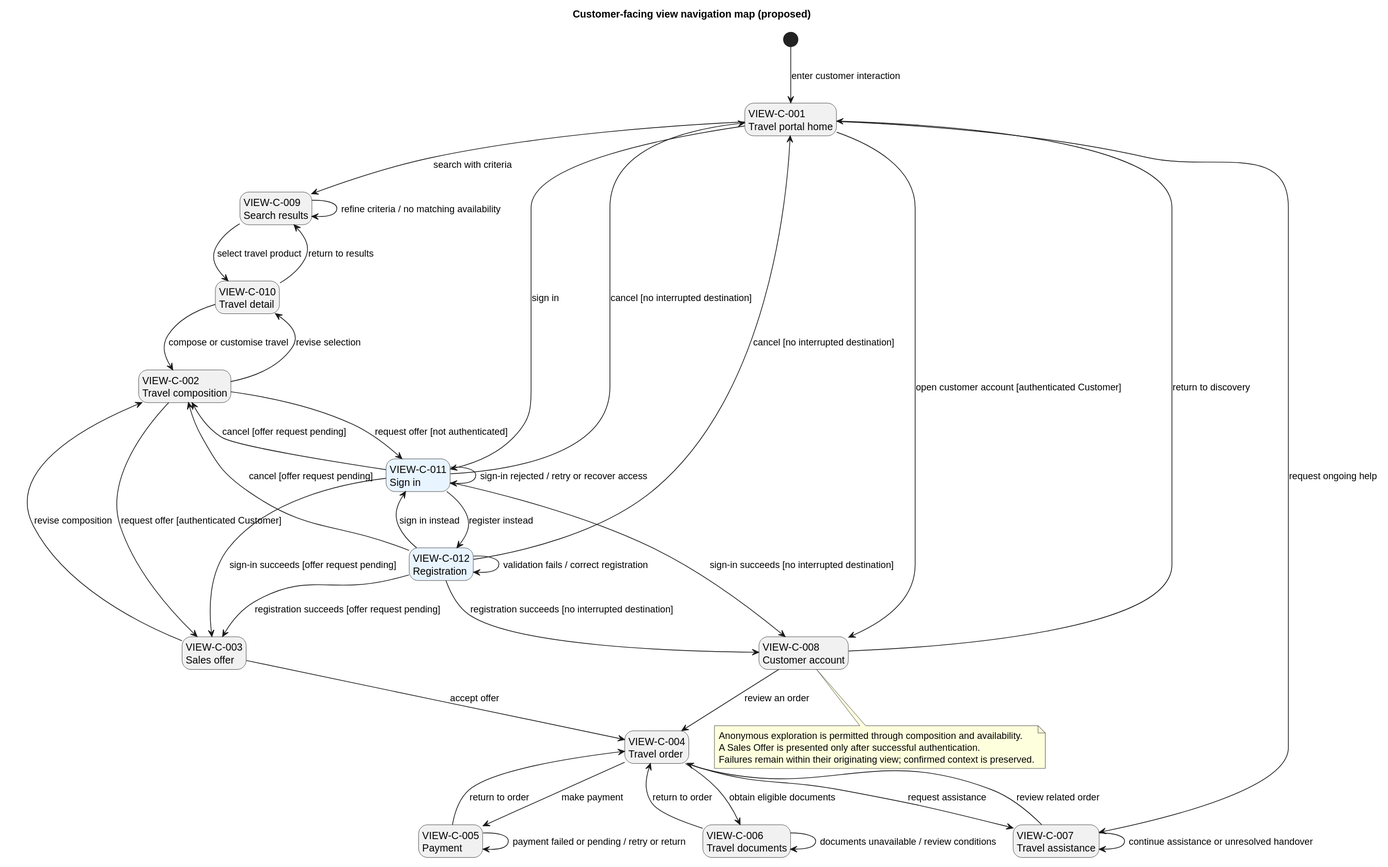
The PlantUML diagram docs/requirements/ux/navigation-maps/customer-navigation.svg in hochschule-darmstadt/a3se_app, before a commit.
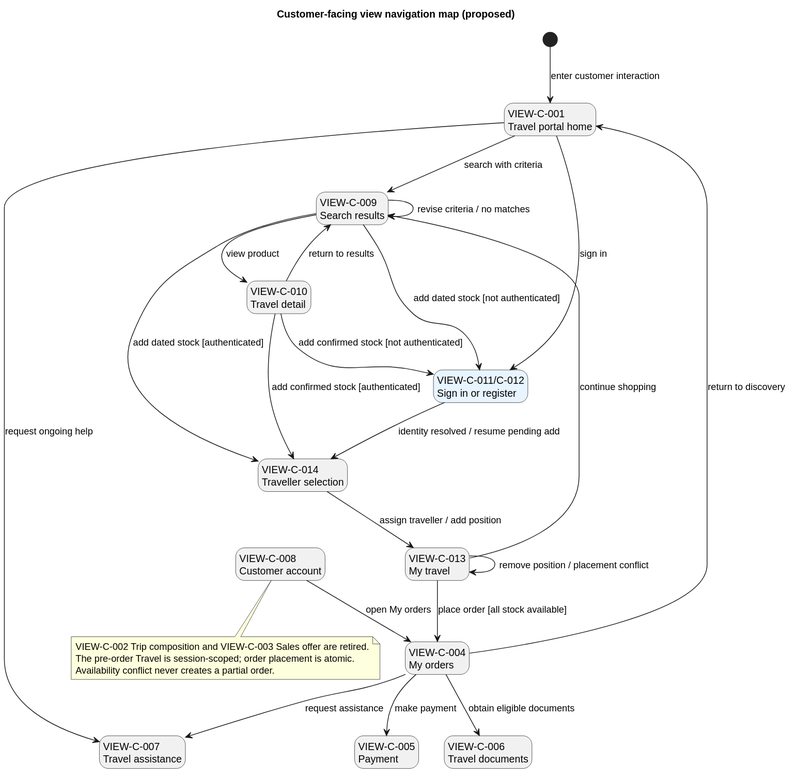
Later version of the same file.

The edit, as a diff of the source:
```diff
@@ -6,11 +6,10 @@
 state "VIEW-C-001\nTravel portal home" as C001
 state "VIEW-C-009\nSearch results" as C009
 state "VIEW-C-010\nTravel detail" as C010
-state "VIEW-C-002\nTravel composition" as C002
-state "VIEW-C-011\nSign in" as C011 #E8F4FF
-state "VIEW-C-012\nRegistration" as C012 #E8F4FF
-state "VIEW-C-003\nSales offer" as C003
-state "VIEW-C-004\nTravel order" as C004
+state "VIEW-C-011/C-012\nSign in or register" as C011 #E8F4FF
+state "VIEW-C-014\nTraveller selection" as C014
+state "VIEW-C-013\nMy travel" as C013
+state "VIEW-C-004\nMy orders" as C004
 state "VIEW-C-005\nPayment" as C005
 state "VIEW-C-006\nTravel documents" as C006
 state "VIEW-C-007\nTravel assistance" as C007
@@ -18,45 +17,29 @@
 
 [*] --> C001 : enter customer interaction
 C001 --> C009 : search with criteria
-C009 --> C009 : refine criteria / no matching availability
-C009 --> C010 : select travel product
+C009 --> C009 : revise criteria / no matches
+C009 --> C010 : view product
 C010 --> C009 : return to results
-C010 --> C002 : compose or customise travel
-C002 --> C010 : revise selection
-C002 --> C003 : request offer [authenticated Customer]
-C002 --> C011 : request offer [not authenticated]
-C011 --> C003 : sign-in succeeds [offer request pending]
-C011 --> C008 : sign-in succeeds [no interrupted destination]
-C011 --> C012 : register instead
-C011 --> C011 : sign-in rejected / retry or recover access
-C011 --> C002 : cancel [offer request pending]
-C011 --> C001 : cancel [no interrupted destination]
-C012 --> C003 : registration succeeds [offer request pending]
-C012 --> C008 : registration succeeds [no interrupted destination]
-C012 --> C011 : sign in instead
-C012 --> C012 : validation fails / correct registration
-C012 --> C002 : cancel [offer request pending]
-C012 --> C001 : cancel [no interrupted destination]
-C003 --> C002 : revise composition
-C003 --> C004 : accept offer
+C009 --> C014 : add dated stock [authenticated]
+C010 --> C014 : add confirmed stock [authenticated]
+C009 --> C011 : add dated stock [not authenticated]
+C010 --> C011 : add confirmed stock [not authenticated]
+C011 --> C014 : identity resolved / resume pending add
+C014 --> C013 : assign traveller / add position
+C013 --> C009 : continue shopping
+C013 --> C013 : remove position / placement conflict
+C013 --> C004 : place order [all stock available]
+C001 --> C011 : sign in
+C001 --> C007 : request ongoing help
 C004 --> C005 : make payment
-C005 --> C005 : payment failed or pending / retry or return
-C005 --> C004 : return to order
 C004 --> C006 : obtain eligible documents
-C006 --> C006 : documents unavailable / review conditions
-C006 --> C004 : return to order
 C004 --> C007 : request assistance
-C007 --> C007 : continue assistance or unresolved handover
-C007 --> C004 : review related order
-C001 --> C007 : request ongoing help
-C001 --> C011 : sign in
-C001 --> C008 : open customer account [authenticated Customer]
-C008 --> C004 : review an order
-C008 --> C001 : return to discovery
+C008 --> C004 : open My orders
+C004 --> C001 : return to discovery
 
 note bottom
-  Anonymous exploration is permitted through composition and availability.
-  A Sales Offer is presented only after successful authentication.
-  Failures remain within their originating view; confirmed context is preserved.
+  VIEW-C-002 Trip composition and VIEW-C-003 Sales offer are retired.
+  The pre-order Travel is session-scoped; order placement is atomic.
+  Availability conflict never creates a partial order.
 end note
 @enduml
```
